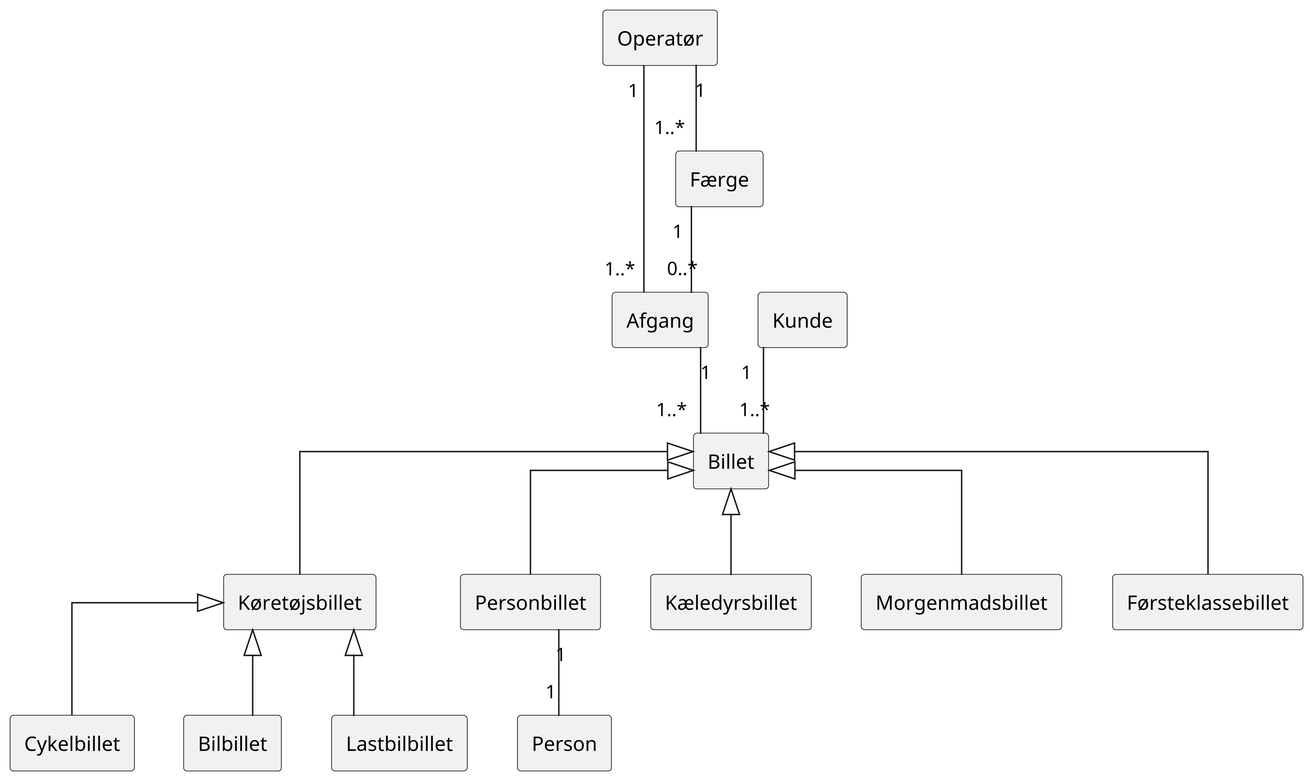
marc8193/H6PD080126 keeps this PlantUML diagram as public/domain_model.png. Above is the earlier version.
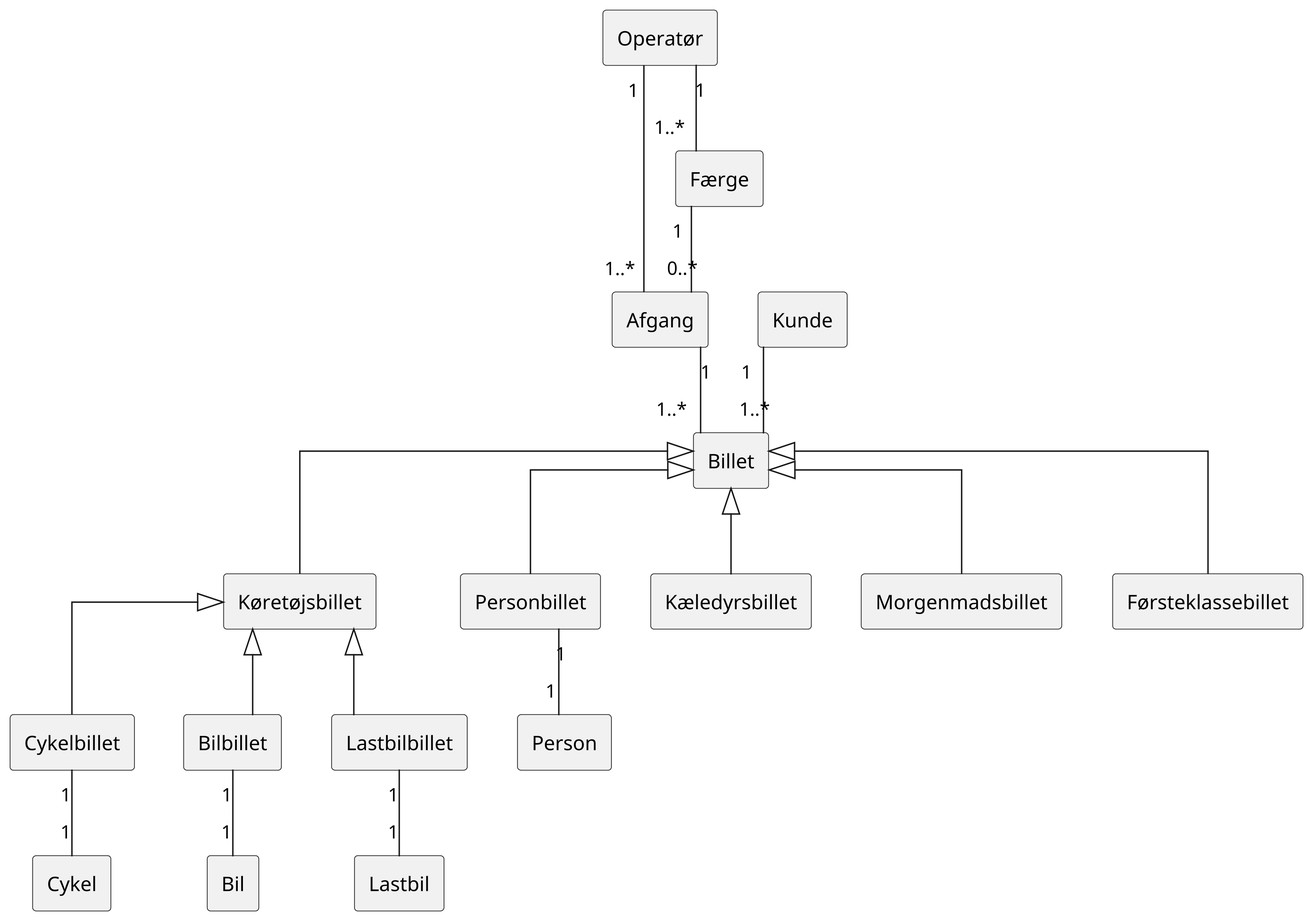
Above is the later version.

Diff of the diagram source:
```diff
@@ -18,6 +18,9 @@
 rectangle Cykelbillet
 rectangle Bilbillet
 rectangle Lastbilbillet
+rectangle Cykel
+rectangle Bil
+rectangle Lastbil
 rectangle Person
 
 Operatør "1" -- "1..*" Afgang
@@ -37,7 +40,12 @@
 Personbillet "1" -- "1" Person
 
 Cykelbillet -up-|> Køretøjsbillet
+Cykelbillet "1" -- "1" Cykel
+
 Bilbillet -up-|> Køretøjsbillet
+Bilbillet "1" -- "1" Bil
+
 Lastbilbillet -up-|> Køretøjsbillet
+Lastbilbillet "1" -- "1" Lastbil
 
 @enduml
```
